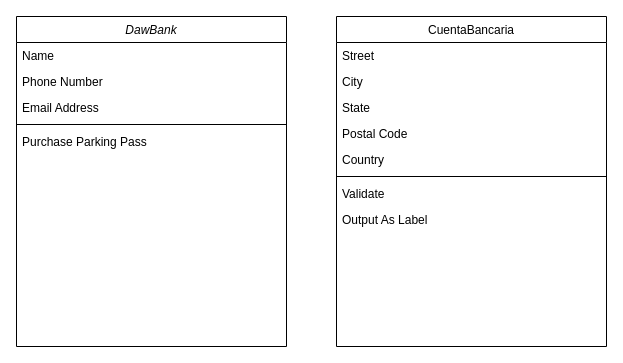
Earlier version of the draw.io diagram dawbank.drawio (vitoriadelanachaves/uml_class_diagram). Source tidied: cells renumbered, new cells numbered last; positions are measured from the earlier drawing's top-left corner, leaving out a move shared by most shapes. Both pictures are drawn from the tidied source at 100%, with x=0, y=0 at pixel (16, 16).
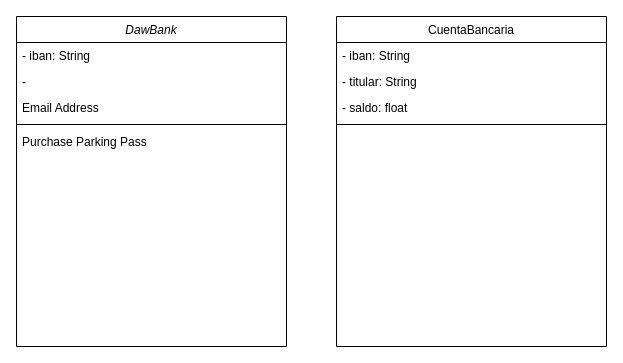
After the change.

What changed in the source:
```diff
@@
 <mxGraphModel>
   <root>
     <mxCell id="0" />
     <mxCell id="1" parent="0" />
     <mxCell id="2" value="DawBank " style="swimlane;fontStyle=2;align=center;verticalAlign=top;horizontal=1;startSize=26;rounded=0;shadow=0;strokeWidth=1;" parent="1" vertex="1">
       <mxGeometry width="270" height="330" as="geometry" />
     </mxCell>
-    <mxCell id="3" value="Name" style="text;align=left;verticalAlign=top;spacingLeft=4;spacingRight=4;overflow=hidden;" parent="2" vertex="1">
+    <mxCell id="3" value="- iban: String" style="text;align=left;verticalAlign=top;spacingLeft=4;spacingRight=4;overflow=hidden;" parent="2" vertex="1">
       <mxGeometry y="26" width="270" height="26" as="geometry" />
     </mxCell>
-    <mxCell id="4" value="Phone Number" style="text;align=left;verticalAlign=top;spacingLeft=4;spacingRight=4;overflow=hidden;rounded=0;shadow=0;html=0;" parent="2" vertex="1">
+    <mxCell id="4" value="- " style="text;align=left;verticalAlign=top;spacingLeft=4;spacingRight=4;overflow=hidden;rounded=0;shadow=0;html=0;" parent="2" vertex="1">
       <mxGeometry y="52" width="270" height="26" as="geometry" />
     </mxCell>
     <mxCell id="5" value="Email Address" style="text;align=left;verticalAlign=top;spacingLeft=4;spacingRight=4;overflow=hidden;rounded=0;shadow=0;html=0;" parent="2" vertex="1">
       <mxGeometry y="78" width="270" height="26" as="geometry" />
     </mxCell>
     <mxCell id="6" style="line;html=1;strokeWidth=1;align=left;verticalAlign=middle;spacingTop=-1;spacingLeft=3;spacingRight=3;labelPosition=right;" parent="2" vertex="1">
       <mxGeometry y="104" width="270" height="8" as="geometry" />
     </mxCell>
     <mxCell id="7" value="Purchase Parking Pass" style="text;align=left;verticalAlign=top;spacingLeft=4;spacingRight=4;overflow=hidden;" parent="2" vertex="1">
       <mxGeometry y="112" width="270" height="26" as="geometry" />
     </mxCell>
     <mxCell id="8" value="CuentaBancaria" style="swimlane;fontStyle=0;align=center;verticalAlign=top;horizontal=1;startSize=26;rounded=0;shadow=0;strokeWidth=1;" parent="1" vertex="1">
       <mxGeometry x="320" width="270" height="330" as="geometry" />
     </mxCell>
-    <mxCell id="9" value="Street" style="text;align=left;verticalAlign=top;spacingLeft=4;spacingRight=4;overflow=hidden;" parent="8" vertex="1">
+    <mxCell id="9" value="- iban: String" style="text;align=left;verticalAlign=top;spacingLeft=4;spacingRight=4;overflow=hidden;" parent="8" vertex="1">
       <mxGeometry y="26" width="270" height="26" as="geometry" />
     </mxCell>
-    <mxCell id="10" value="City" style="text;align=left;verticalAlign=top;spacingLeft=4;spacingRight=4;overflow=hidden;rounded=0;shadow=0;html=0;" parent="8" vertex="1">
+    <mxCell id="10" value="- titular: String" style="text;align=left;verticalAlign=top;spacingLeft=4;spacingRight=4;overflow=hidden;rounded=0;shadow=0;html=0;" parent="8" vertex="1">
       <mxGeometry y="52" width="270" height="26" as="geometry" />
     </mxCell>
-    <mxCell id="11" value="State" style="text;align=left;verticalAlign=top;spacingLeft=4;spacingRight=4;overflow=hidden;rounded=0;shadow=0;html=0;" parent="8" vertex="1">
+    <mxCell id="11" value="- saldo: float" style="text;align=left;verticalAlign=top;spacingLeft=4;spacingRight=4;overflow=hidden;rounded=0;shadow=0;html=0;" parent="8" vertex="1">
       <mxGeometry y="78" width="270" height="26" as="geometry" />
     </mxCell>
-    <mxCell id="12" value="Postal Code" style="text;align=left;verticalAlign=top;spacingLeft=4;spacingRight=4;overflow=hidden;rounded=0;shadow=0;html=0;" parent="8" vertex="1">
-      <mxGeometry y="104" width="270" height="26" as="geometry" />
-    </mxCell>
-    <mxCell id="13" value="Country" style="text;align=left;verticalAlign=top;spacingLeft=4;spacingRight=4;overflow=hidden;rounded=0;shadow=0;html=0;" parent="8" vertex="1">
-      <mxGeometry y="130" width="270" height="26" as="geometry" />
-    </mxCell>
     <mxCell id="14" style="line;html=1;strokeWidth=1;align=left;verticalAlign=middle;spacingTop=-1;spacingLeft=3;spacingRight=3;labelPosition=right;" parent="8" vertex="1">
-      <mxGeometry y="156" width="270" height="8" as="geometry" />
+      <mxGeometry y="104" width="270" height="8" as="geometry" />
     </mxCell>
-    <mxCell id="15" value="Validate" style="text;align=left;verticalAlign=top;spacingLeft=4;spacingRight=4;overflow=hidden;" parent="8" vertex="1">
-      <mxGeometry y="164" width="270" height="26" as="geometry" />
-    </mxCell>
-    <mxCell id="16" value="Output As Label" style="text;align=left;verticalAlign=top;spacingLeft=4;spacingRight=4;overflow=hidden;" parent="8" vertex="1">
-      <mxGeometry y="190" width="270" height="26" as="geometry" />
-    </mxCell>
   </root>
 </mxGraphModel>
```
